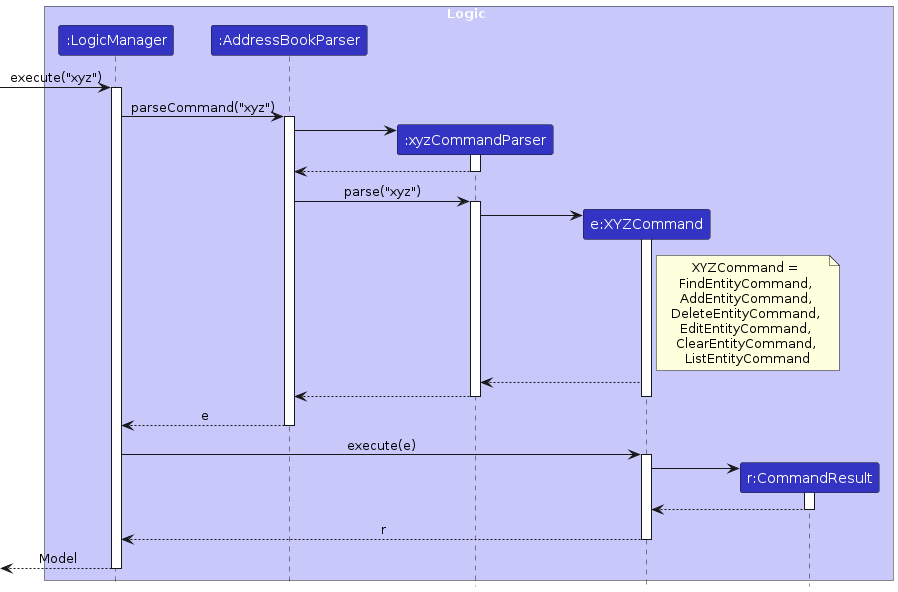
This is diagrams/EntityCommandSequenceDiagram.png from AY2425S1-CS2103T-W10-2/tp, a PlantUML export, as it was before one commit. Its source is kept beside it as diagrams/EntityCommandSequenceDiagram.puml. The source it was exported from:
```plantuml
@startuml
!include style.puml
skinparam ArrowFontStyle plain

box Logic LOGIC_COLOR_T1
participant ":LogicManager" as LogicManager LOGIC_COLOR
participant ":AddressBookParser" as AddressBookParser LOGIC_COLOR
participant ":xyzCommandParser" as CommandParser LOGIC_COLOR
participant "e:XYZCommand" as XYZCommand LOGIC_COLOR
participant "r:CommandResult" as CommandResult LOGIC_COLOR
end box

[-> LogicManager : execute("xyz")
activate LogicManager

LogicManager -> AddressBookParser : parseCommand("xyz")

create CommandParser
activate AddressBookParser
AddressBookParser -> CommandParser
activate CommandParser
AddressBookParser <-- CommandParser
deactivate CommandParser



AddressBookParser -> CommandParser : parse("xyz")
activate CommandParser


create XYZCommand
CommandParser -> XYZCommand
activate XYZCommand

note right of XYZCommand: XYZCommand = \nFindEntityCommand, \nAddEntityCommand, \nDeleteEntityCommand, \nEditEntityCommand, \nClearEntityCommand, \nListEntityCommand

XYZCommand --> CommandParser
CommandParser --> AddressBookParser
deactivate CommandParser
deactivate XYZCommand

AddressBookParser --> LogicManager : e
deactivate AddressBookParser

LogicManager -> XYZCommand : execute(e)
activate XYZCommand

create CommandResult
XYZCommand -> CommandResult
activate CommandResult

CommandResult --> XYZCommand
deactivate CommandResult

XYZCommand --> LogicManager : r
deactivate XYZCommand

[<--LogicManager : Model
deactivate LogicManager
@enduml
```
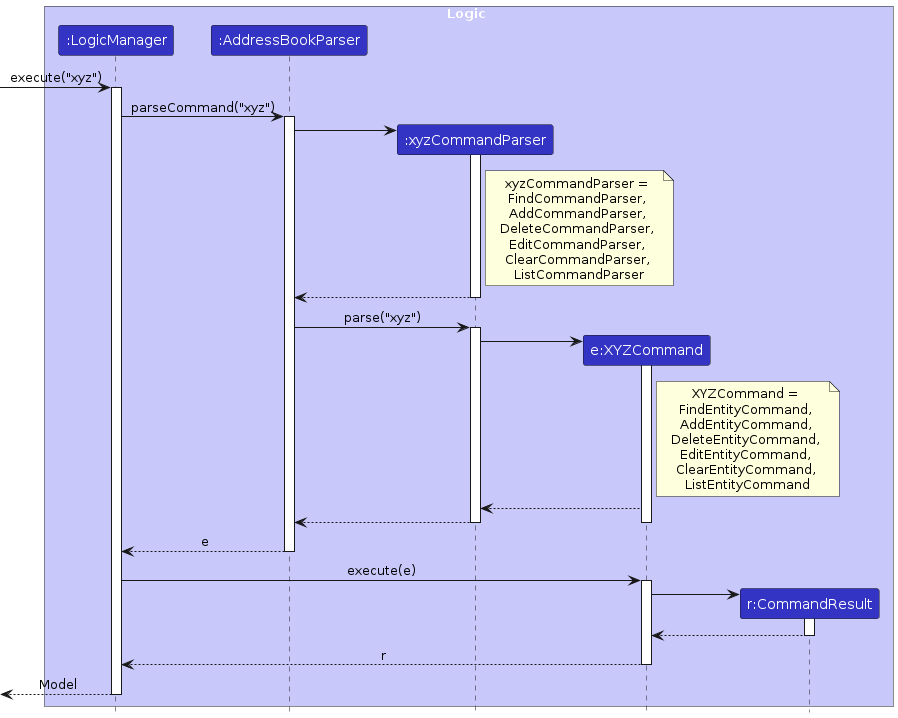
After the commit.

Change to the diagram source:
```diff
@@ -18,15 +18,15 @@
 create CommandParser
 activate AddressBookParser
 AddressBookParser -> CommandParser
+
+note right of CommandParser: xyzCommandParser = \nFindCommandParser, \nAddCommandParser, \nDeleteCommandParser, \nEditCommandParser, \nClearCommandParser, \nListCommandParser
+
 activate CommandParser
 AddressBookParser <-- CommandParser
 deactivate CommandParser
 
-
-
 AddressBookParser -> CommandParser : parse("xyz")
 activate CommandParser
-
 
 create XYZCommand
 CommandParser -> XYZCommand
```
